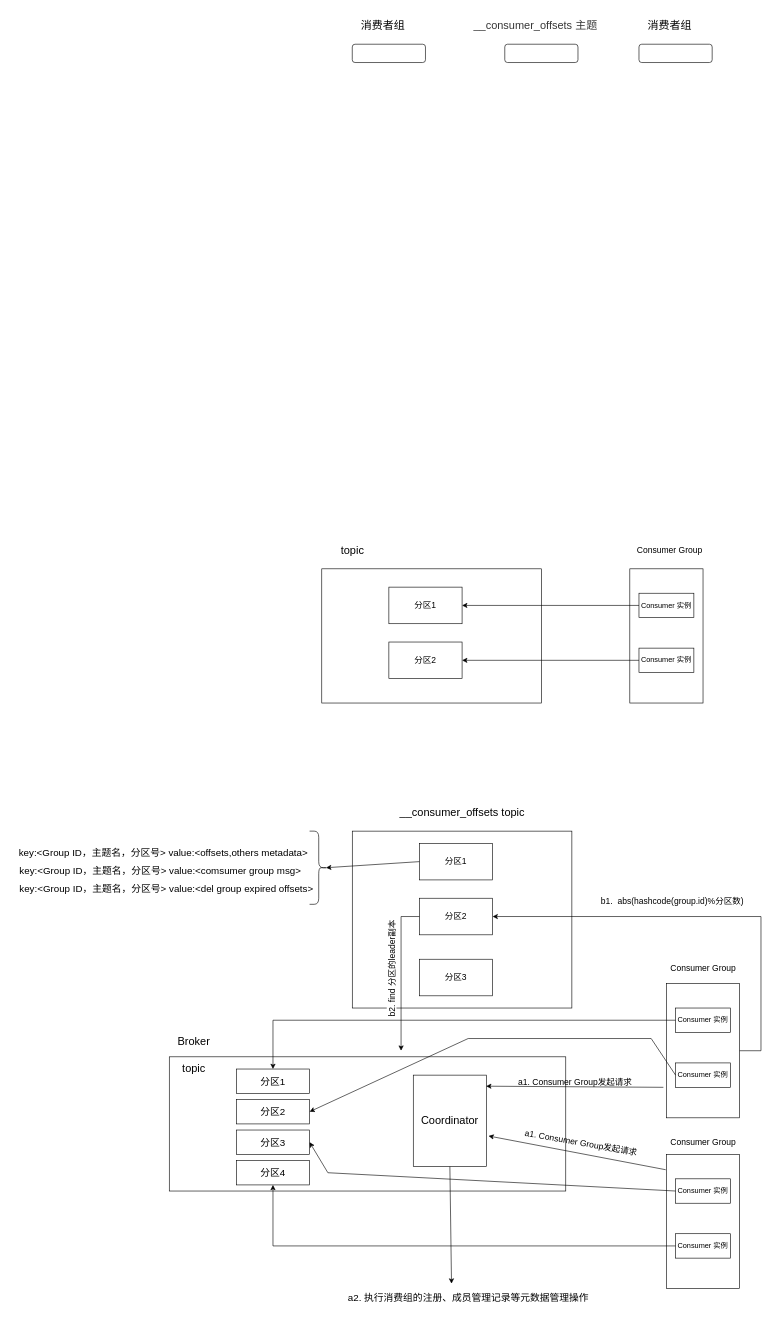
This is drawio/mq/kafka/kafka-rebalance.drawio from guitarock/my-pics, a draw.io file, before an edit. Source tidied: cells renumbered, new cells numbered last; positions are measured from the earlier drawing's top-left corner, leaving out a move shared by most shapes. Both pictures are drawn from the tidied source at 61%, with x=0, y=0 at pixel (10, 10).
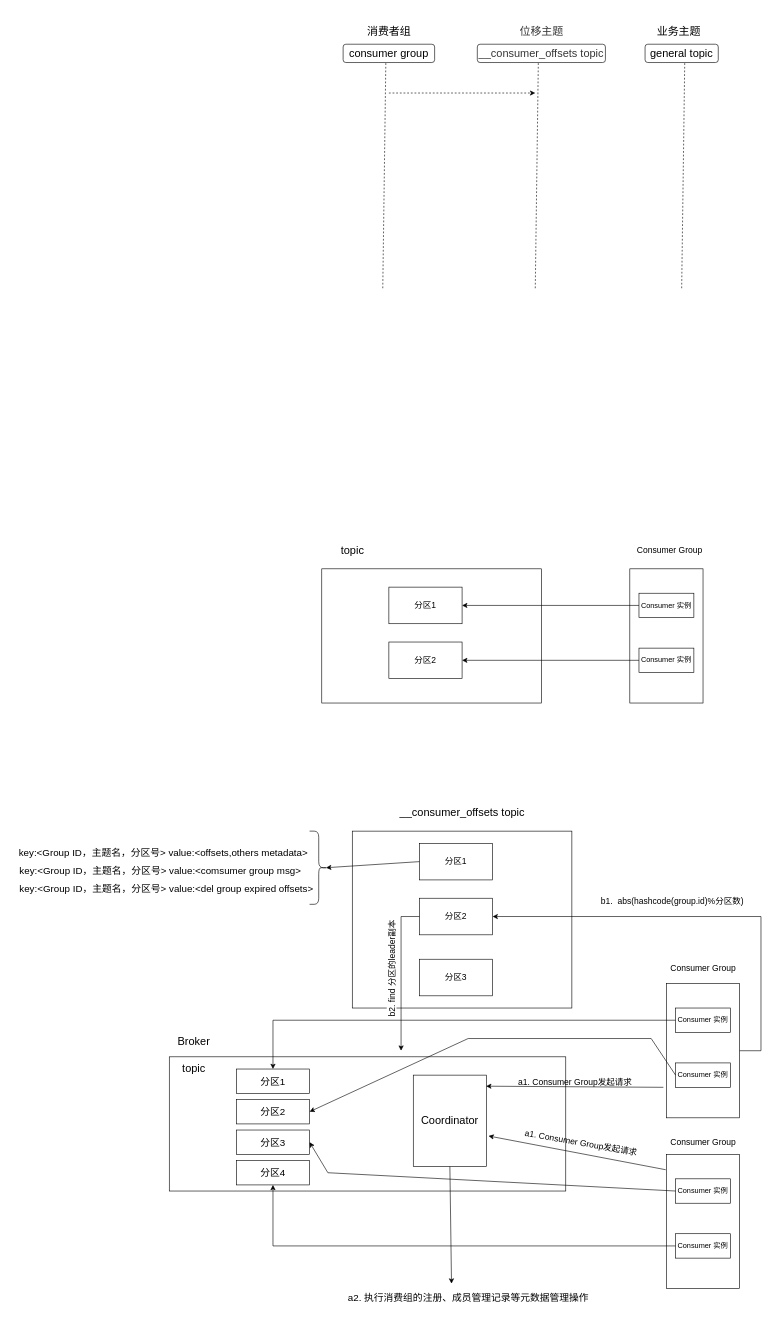
The same page after the edit.

Change to the diagram source:
```diff
@@
-    <mxCell id="52" style="rounded=1;whiteSpace=wrap;html=1;fontSize=16;" parent="1" vertex="1">
-      <mxGeometry x="560" y="55" width="120" height="30" as="geometry" />
+    <mxCell id="52" value="&lt;span style=&quot;font-size: 18px;&quot;&gt;consumer group&lt;/span&gt;" style="rounded=1;whiteSpace=wrap;html=1;fontSize=16;" parent="1" vertex="1">
+      <mxGeometry x="545" y="55" width="150" height="30" as="geometry" />
     </mxCell>
-    <mxCell id="53" value="&lt;font style=&quot;font-size: 18px;&quot;&gt;消费者组&lt;/font&gt;" style="text;html=1;align=center;verticalAlign=middle;fillColor=none;strokeColor=none;rounded=0;fontSize=16;" parent="1" vertex="1">
-      <mxGeometry x="560" y="5" width="100" height="40" as="geometry" />
+    <mxCell id="53" value="&lt;span style=&quot;font-size: 18px;&quot;&gt;消费者组&lt;/span&gt;" style="text;html=1;align=center;verticalAlign=middle;fillColor=none;strokeColor=none;rounded=0;fontSize=16;" parent="1" vertex="1">
+      <mxGeometry x="570" y="15" width="100" height="40" as="geometry" />
     </mxCell>
-    <mxCell id="54" style="rounded=1;whiteSpace=wrap;html=1;fontSize=16;" parent="1" vertex="1">
-      <mxGeometry x="810" y="55" width="120" height="30" as="geometry" />
+    <mxCell id="54" value="&lt;span style=&quot;color: rgb(53, 53, 53); font-size: 18px; text-align: left;&quot;&gt;__consumer_offsets topic&lt;/span&gt;" style="rounded=1;whiteSpace=wrap;html=1;fontSize=16;" parent="1" vertex="1">
+      <mxGeometry x="765" y="55" width="210" height="30" as="geometry" />
     </mxCell>
-    <mxCell id="55" value="&lt;article data-content=&quot;[{&amp;quot;type&amp;quot;:&amp;quot;block&amp;quot;,&amp;quot;id&amp;quot;:&amp;quot;TMP3-1661419501181&amp;quot;,&amp;quot;name&amp;quot;:&amp;quot;paragraph&amp;quot;,&amp;quot;data&amp;quot;:{&amp;quot;style&amp;quot;:{},&amp;quot;version&amp;quot;:1},&amp;quot;nodes&amp;quot;:[{&amp;quot;type&amp;quot;:&amp;quot;text&amp;quot;,&amp;quot;id&amp;quot;:&amp;quot;rdpH-1661419501180&amp;quot;,&amp;quot;leaves&amp;quot;:[{&amp;quot;text&amp;quot;:&amp;quot;__consumer_offsets&amp;quot;,&amp;quot;marks&amp;quot;:[{&amp;quot;type&amp;quot;:&amp;quot;bold&amp;quot;},{&amp;quot;type&amp;quot;:&amp;quot;color&amp;quot;,&amp;quot;value&amp;quot;:&amp;quot;#353535&amp;quot;},{&amp;quot;type&amp;quot;:&amp;quot;fontSize&amp;quot;,&amp;quot;value&amp;quot;:18}]}]}],&amp;quot;state&amp;quot;:{}}]&quot;&gt;&lt;div style=&quot;line-height: 1.75; font-size: 14px; text-align: left;&quot;&gt;&lt;span style=&quot;color: rgb(53, 53, 53); font-size: 18px;&quot;&gt;__consumer_offsets 主题&lt;/span&gt;&lt;/div&gt;&lt;/article&gt;" style="text;html=1;align=center;verticalAlign=middle;fillColor=none;strokeColor=none;rounded=0;fontSize=16;" parent="1" vertex="1">
-      <mxGeometry x="745" width="230" height="50" as="geometry" />
+    <mxCell id="55" value="&lt;article data-content=&quot;[{&amp;quot;type&amp;quot;:&amp;quot;block&amp;quot;,&amp;quot;id&amp;quot;:&amp;quot;TMP3-1661419501181&amp;quot;,&amp;quot;name&amp;quot;:&amp;quot;paragraph&amp;quot;,&amp;quot;data&amp;quot;:{&amp;quot;style&amp;quot;:{},&amp;quot;version&amp;quot;:1},&amp;quot;nodes&amp;quot;:[{&amp;quot;type&amp;quot;:&amp;quot;text&amp;quot;,&amp;quot;id&amp;quot;:&amp;quot;rdpH-1661419501180&amp;quot;,&amp;quot;leaves&amp;quot;:[{&amp;quot;text&amp;quot;:&amp;quot;__consumer_offsets&amp;quot;,&amp;quot;marks&amp;quot;:[{&amp;quot;type&amp;quot;:&amp;quot;bold&amp;quot;},{&amp;quot;type&amp;quot;:&amp;quot;color&amp;quot;,&amp;quot;value&amp;quot;:&amp;quot;#353535&amp;quot;},{&amp;quot;type&amp;quot;:&amp;quot;fontSize&amp;quot;,&amp;quot;value&amp;quot;:18}]}]}],&amp;quot;state&amp;quot;:{}}]&quot;&gt;&lt;div style=&quot;line-height: 1.75; font-size: 14px; text-align: left;&quot;&gt;&lt;span style=&quot;color: rgb(53, 53, 53); font-size: 18px;&quot;&gt;位移主题&lt;/span&gt;&lt;/div&gt;&lt;/article&gt;" style="text;html=1;align=center;verticalAlign=middle;fillColor=none;strokeColor=none;rounded=0;fontSize=16;" parent="1" vertex="1">
+      <mxGeometry x="820" y="10" width="100" height="50" as="geometry" />
     </mxCell>
-    <mxCell id="56" style="rounded=1;whiteSpace=wrap;html=1;fontSize=16;" parent="1" vertex="1">
-      <mxGeometry x="1030" y="55" width="120" height="30" as="geometry" />
+    <mxCell id="56" value="&lt;span style=&quot;font-size: 18px;&quot;&gt;general topic&lt;/span&gt;" style="rounded=1;whiteSpace=wrap;html=1;fontSize=16;" parent="1" vertex="1">
+      <mxGeometry x="1040" y="55" width="120" height="30" as="geometry" />
     </mxCell>
-    <mxCell id="57" value="&lt;font style=&quot;font-size: 18px;&quot;&gt;消费者组&lt;/font&gt;" style="text;html=1;align=center;verticalAlign=middle;fillColor=none;strokeColor=none;rounded=0;fontSize=16;" parent="1" vertex="1">
-      <mxGeometry x="1030" y="5" width="100" height="40" as="geometry" />
+    <mxCell id="57" value="&lt;font style=&quot;font-size: 18px;&quot;&gt;业务主题&lt;/font&gt;" style="text;html=1;align=center;verticalAlign=middle;fillColor=none;strokeColor=none;rounded=0;fontSize=16;" parent="1" vertex="1">
+      <mxGeometry x="1045" y="15" width="100" height="40" as="geometry" />
     </mxCell>
+    <mxCell id="58" style="endArrow=none;html=1;rounded=0;dashed=1;" parent="1" edge="1">
+      <mxGeometry relative="1" as="geometry">
+        <mxPoint x="610" y="455" as="sourcePoint" />
+        <mxPoint x="615" y="85" as="targetPoint" />
+      </mxGeometry>
+    </mxCell>
+    <mxCell id="59" style="endArrow=none;html=1;rounded=0;dashed=1;" parent="1" edge="1">
+      <mxGeometry relative="1" as="geometry">
+        <mxPoint x="860" y="455" as="sourcePoint" />
+        <mxPoint x="865" y="85" as="targetPoint" />
+      </mxGeometry>
+    </mxCell>
+    <mxCell id="60" style="endArrow=none;html=1;rounded=0;dashed=1;" parent="1" edge="1">
+      <mxGeometry relative="1" as="geometry">
+        <mxPoint x="1100" y="455" as="sourcePoint" />
+        <mxPoint x="1105" y="85" as="targetPoint" />
+      </mxGeometry>
+    </mxCell>
+    <mxCell id="61" style="edgeStyle=none;orthogonalLoop=1;jettySize=auto;html=1;rounded=0;dashed=1;" parent="1" edge="1">
+      <mxGeometry relative="1" as="geometry">
+        <mxPoint x="620" y="135" as="sourcePoint" />
+        <mxPoint x="860" y="135" as="targetPoint" />
+      </mxGeometry>
+    </mxCell>
```
